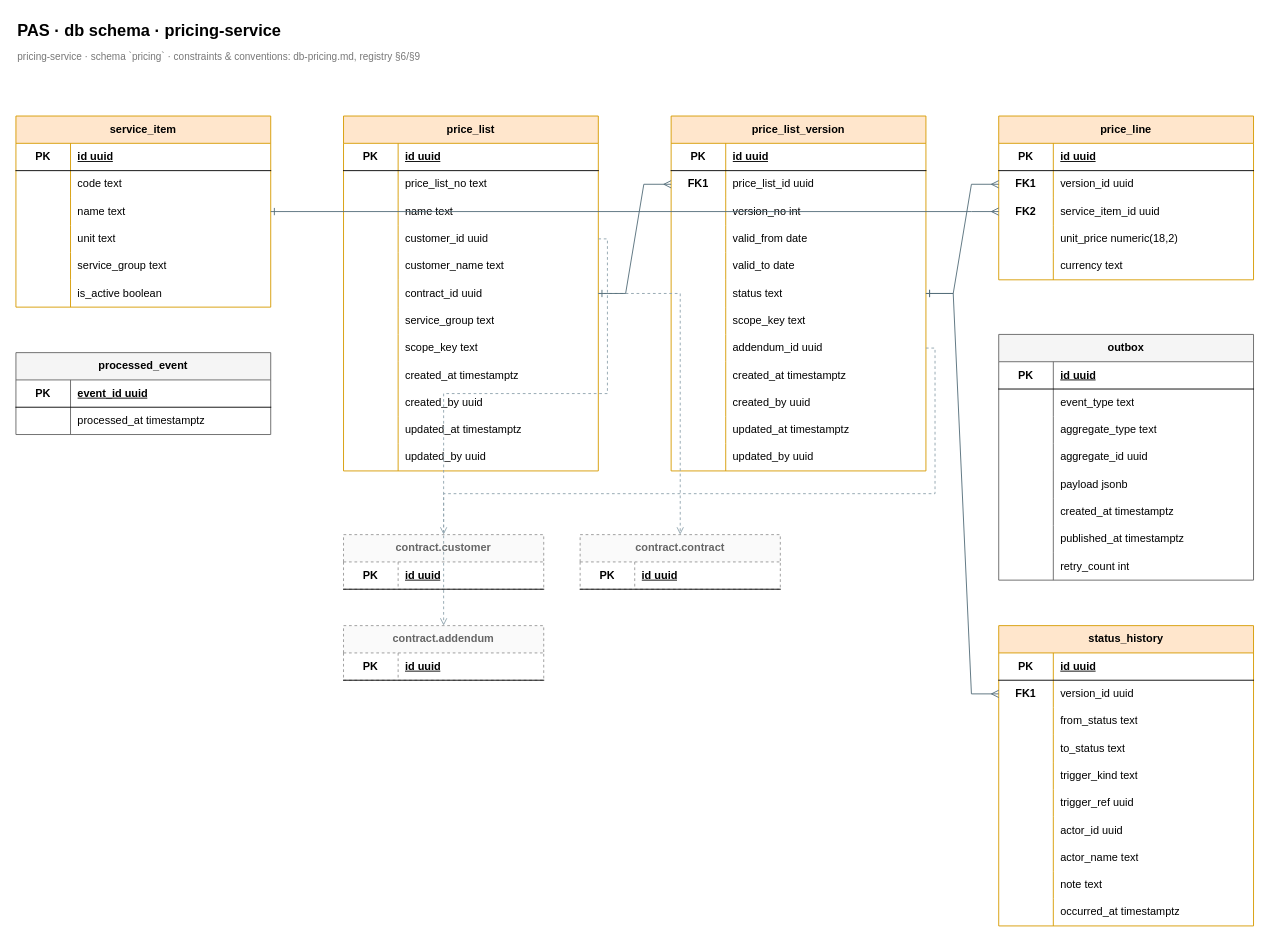
This is docs/design/db/db-pricing.drawio from luinor223/pas, a draw.io file, before an edit. Source tidied: cells renumbered, new cells numbered last; positions are measured from the earlier drawing's top-left corner, leaving out a move shared by most shapes. Both pictures are drawn from the tidied source at 91%, with x=0, y=0 at pixel (15, 15).
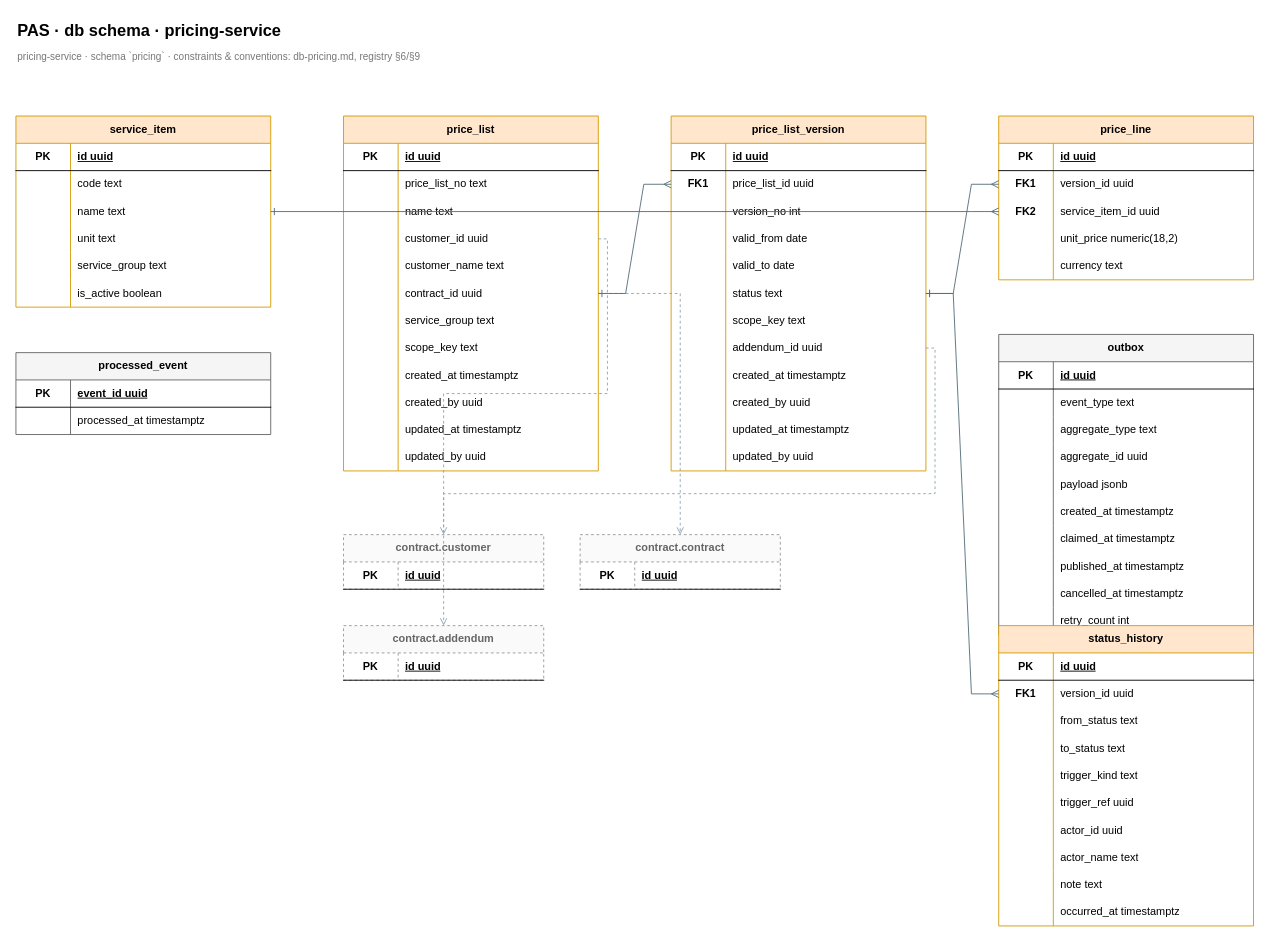
Above is the later version.

The change refers to these unchanged cells:
```xml
<mxCell id="139" style="shape=tableRow;horizontal=0;startSize=0;swimlaneHead=0;swimlaneBody=0;fillColor=none;top=0;left=0;right=0;bottom=0;html=1;" parent="120" vertex="1">
  <mxGeometry y="210" width="280" height="30" as="geometry" />
</mxCell>
<mxCell id="142" style="shape=tableRow;horizontal=0;startSize=0;swimlaneHead=0;swimlaneBody=0;fillColor=none;top=0;left=0;right=0;bottom=0;html=1;" parent="120" vertex="1">
  <mxGeometry y="240" width="280" height="30" as="geometry" />
</mxCell>
```

Change to the diagram source:
```diff
@@
     <mxCell id="120" value="outbox" style="shape=table;startSize=30;childLayout=tableLayout;rowLines=0;fontStyle=1;align=center;html=1;whiteSpace=wrap;fillColor=#f5f5f5;strokeColor=#666666;" parent="1" vertex="1">
-      <mxGeometry x="1080" y="350" width="280" height="270" as="geometry" />
+      <mxGeometry x="1080" y="350" width="280" height="330" as="geometry" />
     </mxCell>
@@
-    <mxCell id="141" value="published_at timestamptz" style="shape=partialRectangle;fillColor=none;top=0;left=0;bottom=0;right=0;align=left;spacingLeft=6;overflow=hidden;whiteSpace=wrap;html=1;" parent="139" vertex="1">
+    <mxCell id="141" value="claimed_at timestamptz" style="shape=partialRectangle;fillColor=none;top=0;left=0;bottom=0;right=0;align=left;spacingLeft=6;overflow=hidden;whiteSpace=wrap;html=1;" parent="139" vertex="1">
       <mxGeometry x="60" width="220" height="30" as="geometry" />
     </mxCell>
@@
-    <mxCell id="144" value="retry_count int" style="shape=partialRectangle;fillColor=none;top=0;left=0;bottom=0;right=0;align=left;spacingLeft=6;overflow=hidden;whiteSpace=wrap;html=1;" parent="142" vertex="1">
+    <mxCell id="144" value="published_at timestamptz" style="shape=partialRectangle;fillColor=none;top=0;left=0;bottom=0;right=0;align=left;spacingLeft=6;overflow=hidden;whiteSpace=wrap;html=1;" parent="142" vertex="1">
       <mxGeometry x="60" width="220" height="30" as="geometry" />
     </mxCell>
+    <mxCell id="195" style="shape=tableRow;horizontal=0;startSize=0;swimlaneHead=0;swimlaneBody=0;fillColor=none;top=0;left=0;right=0;bottom=0;html=1;" parent="120" vertex="1">
+      <mxGeometry y="270" width="280" height="30" as="geometry" />
+    </mxCell>
+    <mxCell id="196" style="shape=partialRectangle;fillColor=none;top=0;left=0;bottom=0;right=0;fontStyle=1;overflow=hidden;whiteSpace=wrap;html=1;" parent="195" vertex="1">
+      <mxGeometry width="60" height="30" as="geometry" />
+    </mxCell>
+    <mxCell id="197" value="cancelled_at timestamptz" style="shape=partialRectangle;fillColor=none;top=0;left=0;bottom=0;right=0;align=left;spacingLeft=6;overflow=hidden;whiteSpace=wrap;html=1;" parent="195" vertex="1">
+      <mxGeometry x="60" width="220" height="30" as="geometry" />
+    </mxCell>
+    <mxCell id="198" style="shape=tableRow;horizontal=0;startSize=0;swimlaneHead=0;swimlaneBody=0;fillColor=none;top=0;left=0;right=0;bottom=0;html=1;" parent="120" vertex="1">
+      <mxGeometry y="300" width="280" height="30" as="geometry" />
+    </mxCell>
+    <mxCell id="199" style="shape=partialRectangle;fillColor=none;top=0;left=0;bottom=0;right=0;fontStyle=1;overflow=hidden;whiteSpace=wrap;html=1;" parent="198" vertex="1">
+      <mxGeometry width="60" height="30" as="geometry" />
+    </mxCell>
+    <mxCell id="200" value="retry_count int" style="shape=partialRectangle;fillColor=none;top=0;left=0;bottom=0;right=0;align=left;spacingLeft=6;overflow=hidden;whiteSpace=wrap;html=1;" parent="198" vertex="1">
+      <mxGeometry x="60" width="220" height="30" as="geometry" />
+    </mxCell>
```
